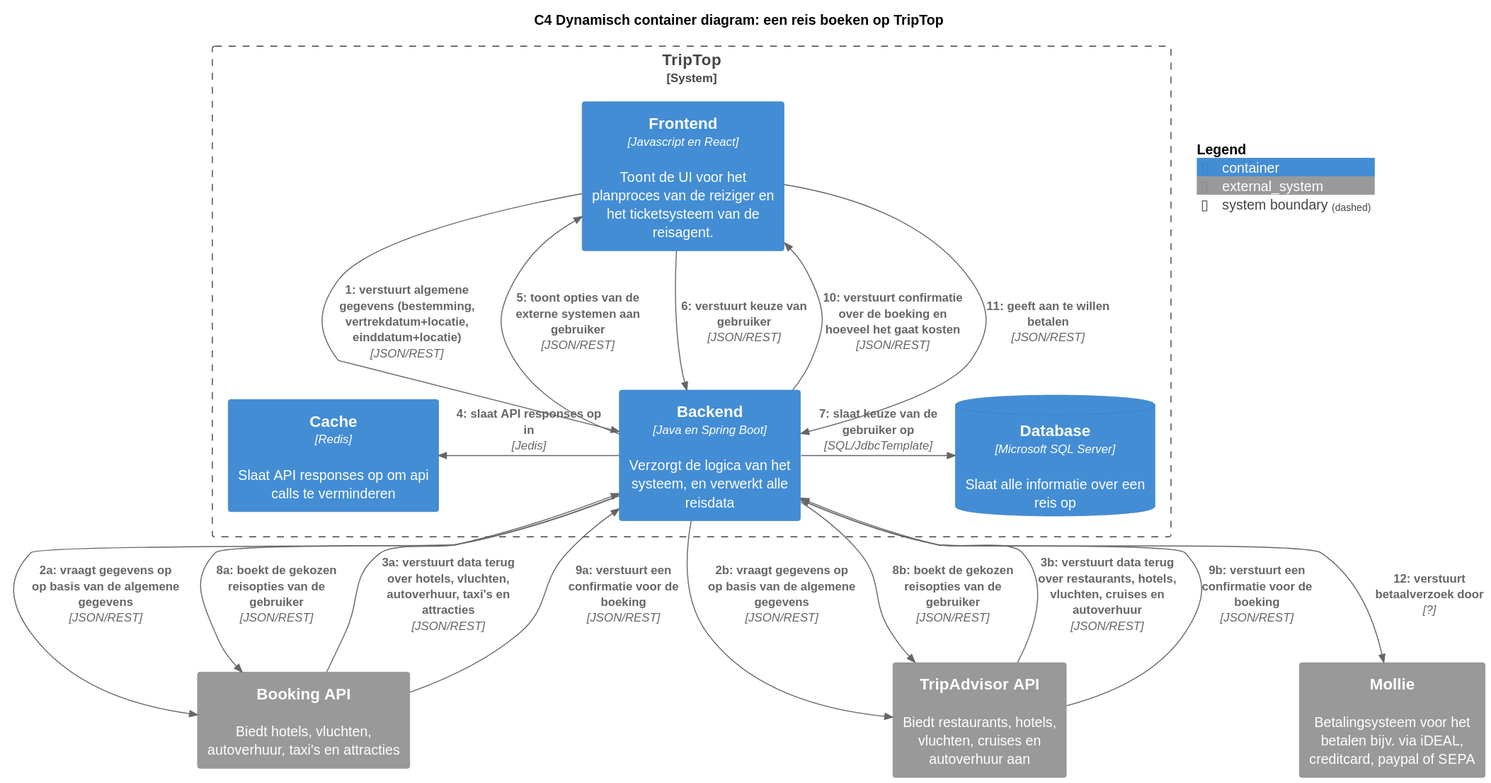
Above: software-guidebook/sgb-bestanden/dynamisch-container-diagram-reis-boeken-C4_Dynamisch_container_diagram__een_reis_boeken_op_TripTop.svg in AIM-ENE-feb25/triptop-groep-4-jochem-roald-stijn-a (PlantUML), before the change. Source of this version:
```plantuml
@startuml
title C4 Dynamisch container diagram: een reis boeken op TripTop
!include <C4/C4_Container.puml>

top to bottom direction

SHOW_PERSON_OUTLINE()

System_Boundary(system, "TripTop") {
    Container(frontend, "Frontend", "Javascript en React", "Toont de UI voor het planproces van de reiziger en het ticketsysteem van de reisagent.")
    Container(backend, "Backend", "Java en Spring Boot", "Verzorgt de logica van het systeem, en verwerkt alle reisdata")
    ContainerDb(db, "Database", "Microsoft SQL Server", "Slaat alle informatie over een reis op")
    Container(cache, "Cache", "Redis", "Slaat API responses op om api calls te verminderen")
}

System_Ext(booking, "Booking API", "Biedt hotels, vluchten, autoverhuur, taxi's en attracties")
System_Ext(tripadvisor, "TripAdvisor API", "Biedt restaurants, hotels, vluchten, cruises en autoverhuur aan")
System_Ext(mollie, "Mollie", "Betalingsysteem voor het betalen bijv. via iDEAL, creditcard, paypal of SEPA")

Rel_D(frontend, backend, "1: verstuurt algemene gegevens (bestemming, vertrekdatum+locatie, einddatum+locatie)", "JSON/REST")

Rel(backend, booking, "2a: vraagt gegevens op op basis van de algemene gegevens", "JSON/REST")
Rel(backend, tripadvisor, "2b: vraagt gegevens op op basis van de algemene gegevens", "JSON/REST")

Rel(booking, backend, "3a: verstuurt data terug over hotels, vluchten, autoverhuur, taxi's en attracties", "JSON/REST")
Rel(tripadvisor, backend, "3b: verstuurt data terug over restaurants, hotels, vluchten, cruises en autoverhuur", "JSON/REST")

Rel_L(backend, cache, "4: slaat API responses op in", "Jedis")

Rel_U(backend, frontend, "5: toont opties van de externe systemen aan gebruiker", "JSON/REST")

Rel_D(frontend, backend, "6: verstuurt keuze van gebruiker", "JSON/REST")

Rel_R(backend, db, "7: slaat keuze van de gebruiker op", "SQL/JdbcTemplate")

Rel(backend, booking, "8a: boekt de gekozen reisopties van de gebruiker", "JSON/REST")
Rel(backend, tripadvisor, "8b: boekt de gekozen reisopties van de gebruiker", "JSON/REST")

Rel(booking, backend, "9a: verstuurt een confirmatie voor de boeking", "JSON/REST")
Rel(tripadvisor, backend, "9b: verstuurt een confirmatie voor de boeking", "JSON/REST")

Rel_U(backend, frontend, "10: verstuurt confirmatie over de boeking en hoeveel het gaat kosten", "JSON/REST")

Rel_D(frontend, backend, "11: geeft aan te willen betalen", "JSON/REST")
Rel(backend, mollie, "12: verstuurt betaalverzoek door", "?")


SHOW_FLOATING_LEGEND()
@enduml
```
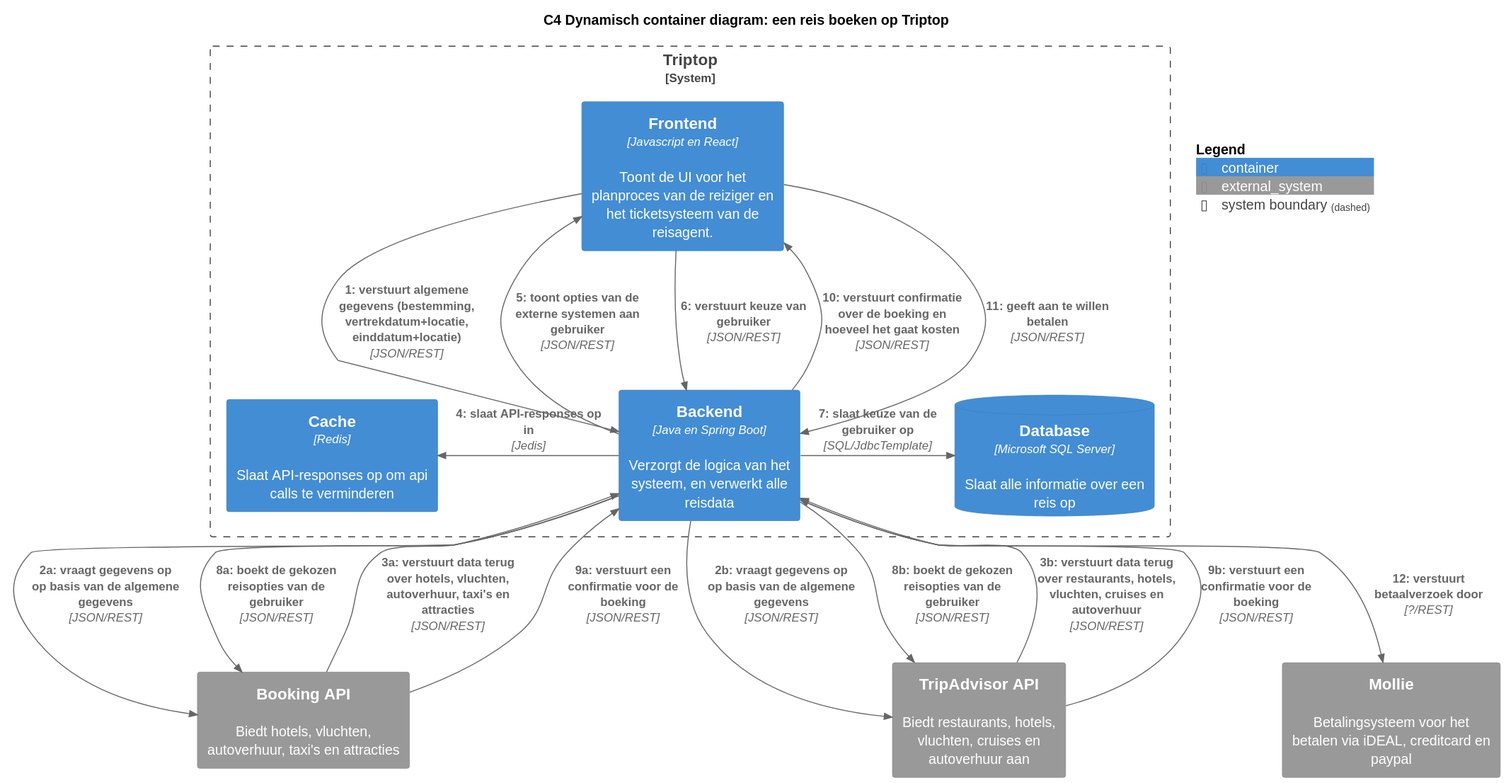
After the change.

Commit message:
Triptop naam hoofdletter vervangen

What changed in the source:
```diff
@@ -1,21 +1,21 @@
 @startuml
-title C4 Dynamisch container diagram: een reis boeken op TripTop
+title C4 Dynamisch container diagram: een reis boeken op Triptop
 !include <C4/C4_Container.puml>
 
 top to bottom direction
 
 SHOW_PERSON_OUTLINE()
 
-System_Boundary(system, "TripTop") {
+System_Boundary(system, "Triptop") {
     Container(frontend, "Frontend", "Javascript en React", "Toont de UI voor het planproces van de reiziger en het ticketsysteem van de reisagent.")
     Container(backend, "Backend", "Java en Spring Boot", "Verzorgt de logica van het systeem, en verwerkt alle reisdata")
     ContainerDb(db, "Database", "Microsoft SQL Server", "Slaat alle informatie over een reis op")
-    Container(cache, "Cache", "Redis", "Slaat API responses op om api calls te verminderen")
+    Container(cache, "Cache", "Redis", "Slaat API-responses op om api calls te verminderen")
 }
 
 System_Ext(booking, "Booking API", "Biedt hotels, vluchten, autoverhuur, taxi's en attracties")
 System_Ext(tripadvisor, "TripAdvisor API", "Biedt restaurants, hotels, vluchten, cruises en autoverhuur aan")
-System_Ext(mollie, "Mollie", "Betalingsysteem voor het betalen bijv. via iDEAL, creditcard, paypal of SEPA")
+System_Ext(mollie, "Mollie", "Betalingsysteem voor het betalen via iDEAL, creditcard en paypal")
 
 Rel_D(frontend, backend, "1: verstuurt algemene gegevens (bestemming, vertrekdatum+locatie, einddatum+locatie)", "JSON/REST")
 
@@ -25,7 +25,7 @@
 Rel(booking, backend, "3a: verstuurt data terug over hotels, vluchten, autoverhuur, taxi's en attracties", "JSON/REST")
 Rel(tripadvisor, backend, "3b: verstuurt data terug over restaurants, hotels, vluchten, cruises en autoverhuur", "JSON/REST")
 
-Rel_L(backend, cache, "4: slaat API responses op in", "Jedis")
+Rel_L(backend, cache, "4: slaat API-responses op in", "Jedis")
 
 Rel_U(backend, frontend, "5: toont opties van de externe systemen aan gebruiker", "JSON/REST")
 
@@ -42,8 +42,7 @@
 Rel_U(backend, frontend, "10: verstuurt confirmatie over de boeking en hoeveel het gaat kosten", "JSON/REST")
 
 Rel_D(frontend, backend, "11: geeft aan te willen betalen", "JSON/REST")
-Rel(backend, mollie, "12: verstuurt betaalverzoek door", "?")
-
+Rel(backend, mollie, "12: verstuurt betaalverzoek door", "?/REST")
 
 SHOW_FLOATING_LEGEND()
 @enduml
```
